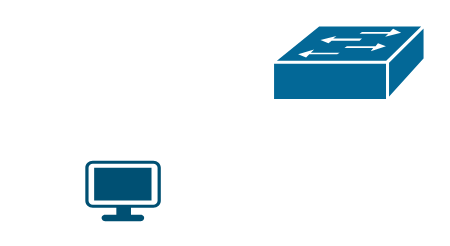
Before: essai.drawio in geekyome/draw, a draw.io diagram. Source tidied: cells renumbered, new cells numbered last; positions are measured from the earlier drawing's top-left corner, leaving out a move shared by most shapes. Both pictures are drawn from the tidied source at 151%, with x=0, y=0 at pixel (85, 24).
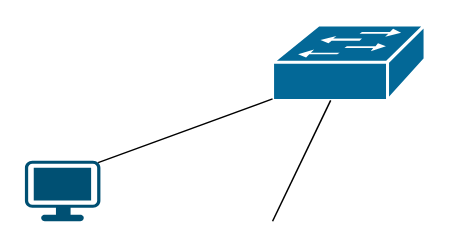
The same page after the edit.

Commit message (it also covers changes not shown here):
Mettre à jour essai.drawio

What changed in the source:
```diff
@@
 <mxGraphModel>
   <root>
     <mxCell id="0" />
     <mxCell id="1" parent="0" />
     <mxCell id="2" style="shape=mxgraph.cisco.switches.workgroup_switch;sketch=0;html=1;dashed=0;fillColor=#036897;strokeColor=#ffffff;strokeWidth=2;verticalLabelPosition=bottom;verticalAlign=top;align=center;outlineConnect=0;" parent="1" vertex="1">
       <mxGeometry x="124" width="101" height="50" as="geometry" />
     </mxCell>
     <mxCell id="3" style="points=[[0.03,0.03,0],[0.5,0,0],[0.97,0.03,0],[1,0.4,0],[0.97,0.745,0],[0.5,1,0],[0.03,0.745,0],[0,0.4,0]];verticalLabelPosition=bottom;sketch=0;html=1;verticalAlign=top;align=center;shape=mxgraph.cisco19.workstation;fillColor=#005073;strokeColor=none;" parent="1" vertex="1">
-      <mxGeometry y="90" width="50" height="40" as="geometry" />
+      <mxGeometry x="-40" y="90" width="50" height="40" as="geometry" />
     </mxCell>
+    <mxCell id="4" style="endArrow=none;html=1;rounded=0;entryX=0;entryY=0.98;entryDx=0;entryDy=0;entryPerimeter=0;exitX=0.97;exitY=0.03;exitDx=0;exitDy=0;exitPerimeter=0;" parent="1" edge="1" source="3" target="2">
+      <mxGeometry relative="1" as="geometry" />
+    </mxCell>
+    <mxCell id="5" style="endArrow=none;html=1;rounded=0;" parent="1" edge="1" target="2">
+      <mxGeometry relative="1" as="geometry">
+        <mxPoint x="124" y="130" as="sourcePoint" />
+      </mxGeometry>
+    </mxCell>
   </root>
 </mxGraphModel>
```
